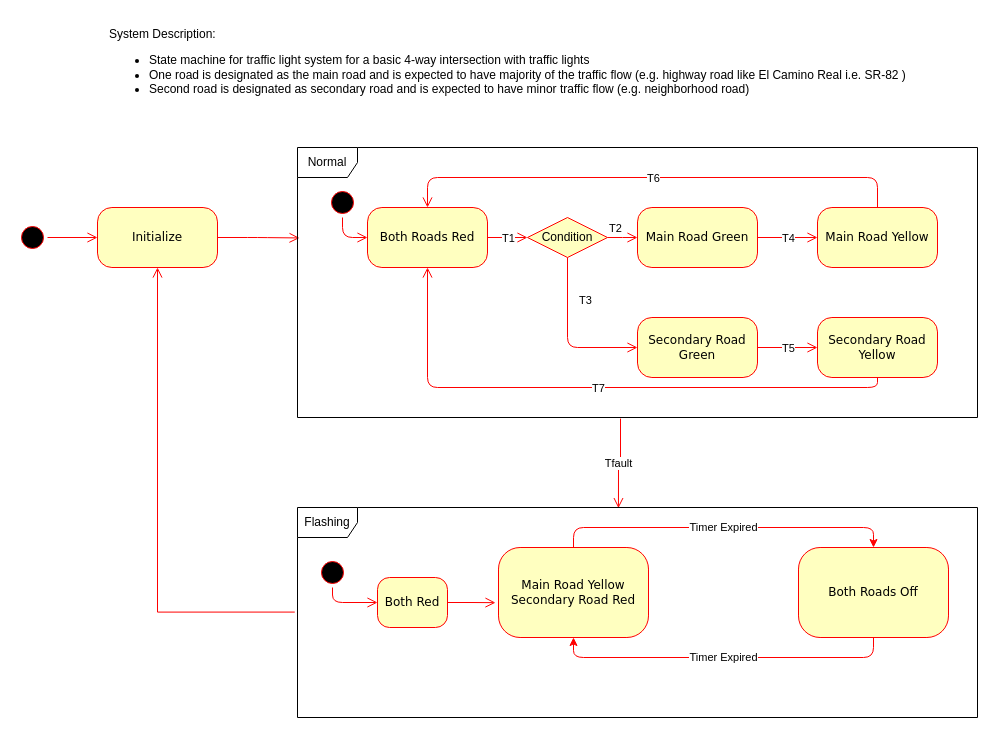
Earlier version of the draw.io diagram TrafficLight/Tiva_C_Launchpad/systemDesign/TrafficLightSystem.drawio (munadirahmed/embedded). Source tidied: cells renumbered, new cells numbered last; positions are measured from the earlier drawing's top-left corner, leaving out a move shared by most shapes. Both pictures are drawn from the tidied source at 100%, with x=0, y=0 at pixel (17, 17).
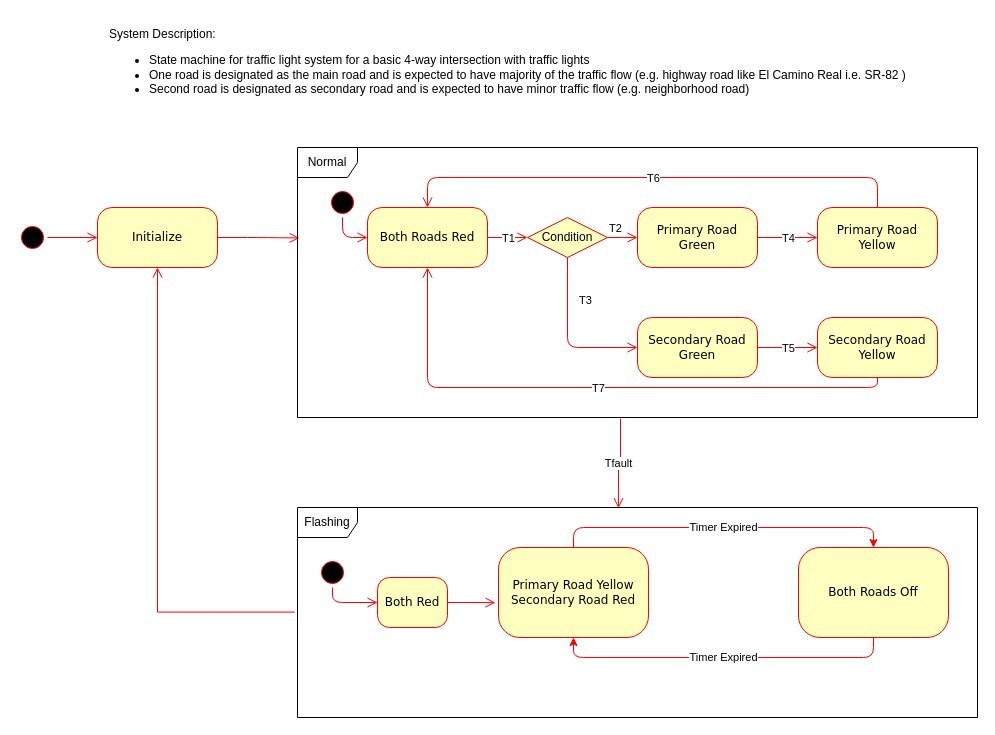
Above is the later version.

Commit message:
updated the name from MAIN road to Primary road

Diff of the diagram source:
```diff
@@
-    <mxCell id="7" value="Main Road Green" style="rounded=1;whiteSpace=wrap;html=1;arcSize=24;fillColor=#ffffc0;strokeColor=#ff0000;shadow=0;comic=0;labelBackgroundColor=none;fontFamily=Verdana;fontSize=12;fontColor=#000000;align=center;" parent="1" vertex="1">
+    <mxCell id="7" value="Primary Road Green" style="rounded=1;whiteSpace=wrap;html=1;arcSize=24;fillColor=#ffffc0;strokeColor=#ff0000;shadow=0;comic=0;labelBackgroundColor=none;fontFamily=Verdana;fontSize=12;fontColor=#000000;align=center;" parent="1" vertex="1">
       <mxGeometry x="620" y="190" width="120" height="60" as="geometry" />
     </mxCell>
-    <mxCell id="8" value="Main Road Yellow" style="rounded=1;whiteSpace=wrap;html=1;arcSize=24;fillColor=#ffffc0;strokeColor=#ff0000;shadow=0;comic=0;labelBackgroundColor=none;fontFamily=Verdana;fontSize=12;fontColor=#000000;align=center;" parent="1" vertex="1">
+    <mxCell id="8" value="Primary Road Yellow" style="rounded=1;whiteSpace=wrap;html=1;arcSize=24;fillColor=#ffffc0;strokeColor=#ff0000;shadow=0;comic=0;labelBackgroundColor=none;fontFamily=Verdana;fontSize=12;fontColor=#000000;align=center;" parent="1" vertex="1">
       <mxGeometry x="800" y="190" width="120" height="60" as="geometry" />
     </mxCell>
@@
-    <mxCell id="33" value="Main Road Yellow&lt;div&gt;Secondary Road Red&lt;/div&gt;" style="rounded=1;whiteSpace=wrap;html=1;arcSize=24;fillColor=#ffffc0;strokeColor=#ff0000;shadow=0;comic=0;labelBackgroundColor=none;fontFamily=Verdana;fontSize=12;fontColor=#000000;align=center;" parent="1" vertex="1">
+    <mxCell id="33" value="Primary Road Yellow&lt;div&gt;Secondary Road Red&lt;/div&gt;" style="rounded=1;whiteSpace=wrap;html=1;arcSize=24;fillColor=#ffffc0;strokeColor=#ff0000;shadow=0;comic=0;labelBackgroundColor=none;fontFamily=Verdana;fontSize=12;fontColor=#000000;align=center;" parent="1" vertex="1">
       <mxGeometry x="481" y="530" width="150" height="90" as="geometry" />
     </mxCell>
```
